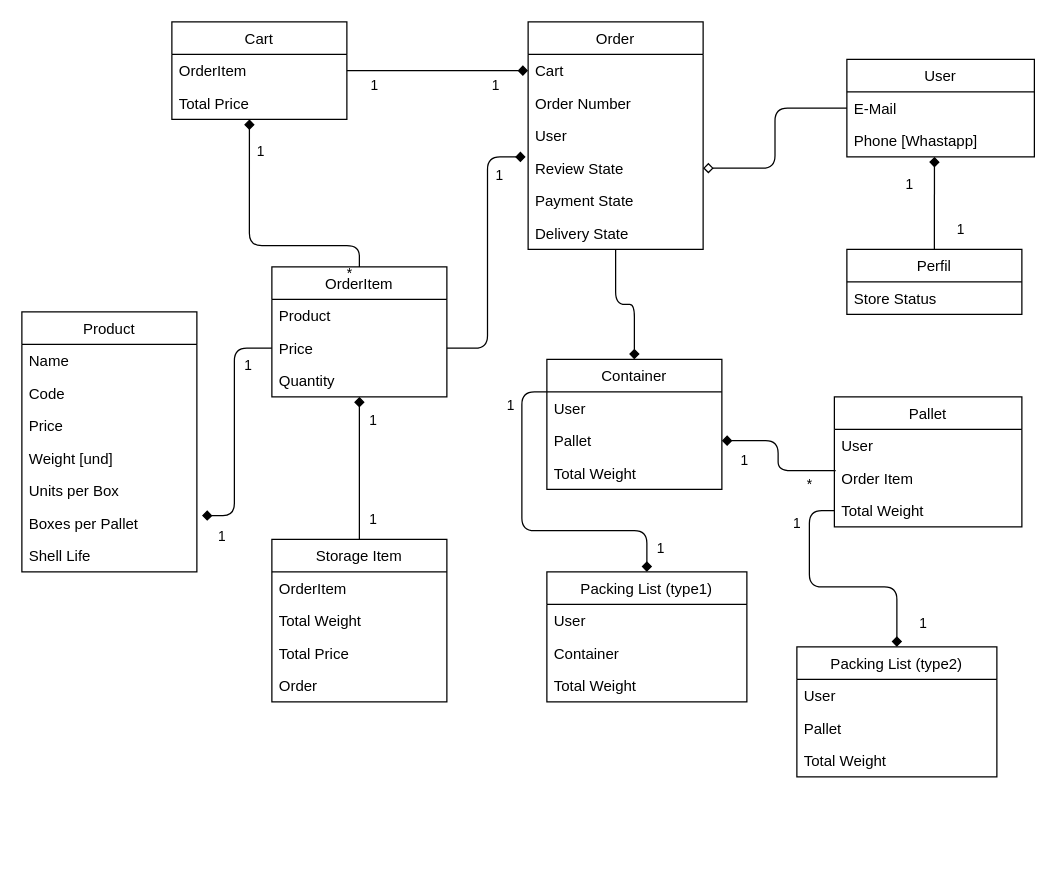
Before: LUJACOL Class Diagram.drawio in jacobitosuperstar/lujacol, a draw.io diagram. Source tidied: cells renumbered, new cells numbered last; positions are measured from the earlier drawing's top-left corner, leaving out a move shared by most shapes. Both pictures are drawn from the tidied source at 125%, with x=0, y=0 at pixel (21, 21).
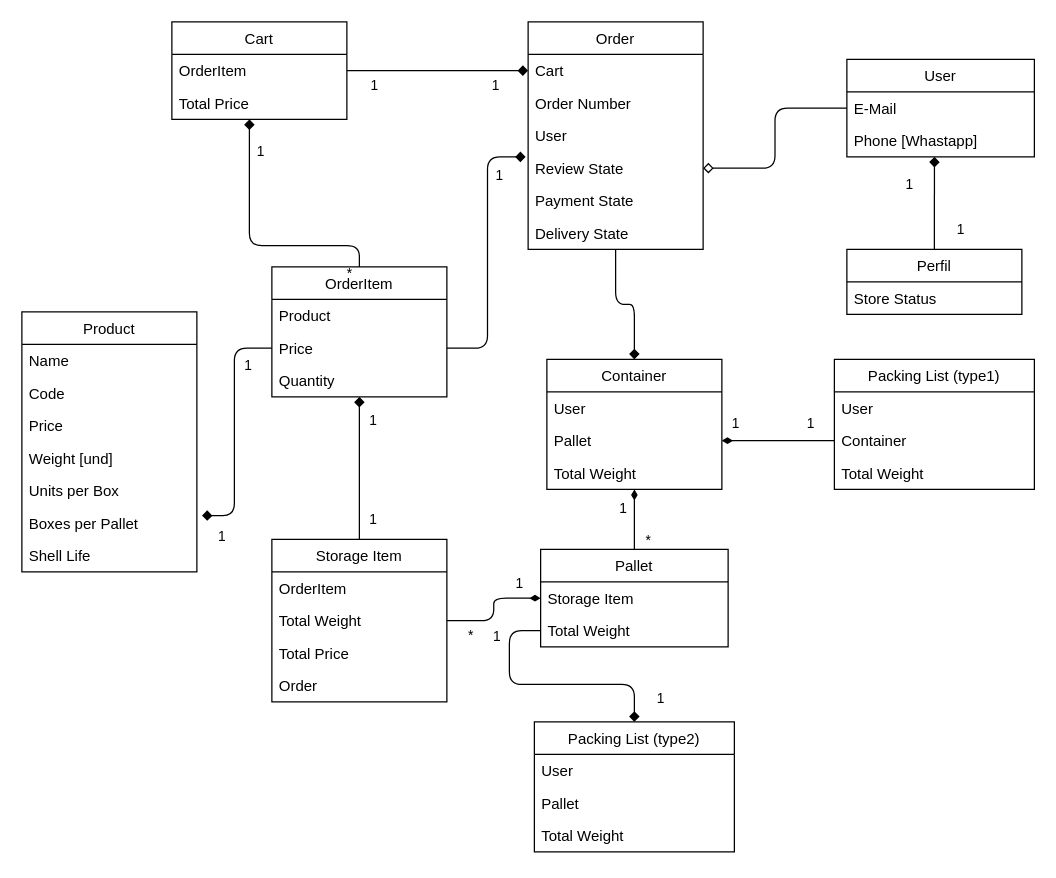
The same page after the edit.

The change refers to these unchanged cells:
```xml
<mxCell id="46" value="Container" style="text;strokeColor=none;fillColor=none;align=left;verticalAlign=top;spacingLeft=4;spacingRight=4;overflow=hidden;points=[[0,0.5],[1,0.5]];portConstraint=eastwest;" parent="44" vertex="1">
  <mxGeometry y="52" width="160" height="26" as="geometry" />
</mxCell>
<mxCell id="48" value="Storage Item" style="swimlane;fontStyle=0;horizontal=1;startSize=26;fillColor=none;" parent="1" vertex="1">
  <mxGeometry x="200" y="414" width="140" height="130" as="geometry" />
</mxCell>
<mxCell id="53" value="Container" style="swimlane;fontStyle=0;horizontal=1;startSize=26;fillColor=none;" parent="1" vertex="1">
  <mxGeometry x="420" y="270" width="140" height="104" as="geometry" />
</mxCell>
<mxCell id="55" value="Pallet" style="text;strokeColor=none;fillColor=none;align=left;verticalAlign=top;spacingLeft=4;spacingRight=4;overflow=hidden;points=[[0,0.5],[1,0.5]];portConstraint=eastwest;" parent="53" vertex="1">
  <mxGeometry y="52" width="140" height="26" as="geometry" />
</mxCell>
```

Change to the diagram source:
```diff
@@
-    <mxCell id="41" style="edgeStyle=orthogonalEdgeStyle;curved=0;rounded=1;sketch=0;jettySize=auto;html=1;exitX=0.5;exitY=0;exitDx=0;exitDy=0;entryX=0;entryY=0.25;entryDx=0;entryDy=0;startArrow=diamond;startFill=1;endArrow=none;endFill=0;" parent="1" edge="1" source="44" target="53">
-      <mxGeometry relative="1" as="geometry" />
-    </mxCell>
-    <mxCell id="42" value="1" style="edgeLabel;html=1;align=center;verticalAlign=middle;" parent="41" vertex="1">
-      <mxGeometry x="0.8" y="-3" relative="1" as="geometry">
-        <mxPoint x="-13" y="4" as="offset" />
-      </mxGeometry>
-    </mxCell>
-    <mxCell id="43" value="1" style="edgeLabel;html=1;align=center;verticalAlign=middle;" parent="41" vertex="1">
-      <mxGeometry x="-0.89" y="-2" relative="1" as="geometry">
-        <mxPoint x="8" y="-5" as="offset" />
-      </mxGeometry>
-    </mxCell>
     <mxCell id="44" value="Packing List (type1)" style="swimlane;fontStyle=0;horizontal=1;startSize=26;fillColor=none;" parent="1" vertex="1">
-      <mxGeometry x="420" y="440" width="160" height="104" as="geometry" />
+      <mxGeometry x="650" y="270" width="160" height="104" as="geometry" />
     </mxCell>
@@
+    <mxCell id="76" style="edgeStyle=orthogonalEdgeStyle;rounded=1;jettySize=auto;html=1;exitX=1;exitY=0.5;exitDx=0;exitDy=0;entryX=0;entryY=0.5;entryDx=0;entryDy=0;endArrow=diamondThin;endFill=1;" parent="1" edge="1" source="48" target="59">
+      <mxGeometry relative="1" as="geometry" />
+    </mxCell>
+    <mxCell id="77" value="1" style="edgeLabel;html=1;align=center;verticalAlign=middle;" parent="76" vertex="1">
+      <mxGeometry x="0.61" y="-1" relative="1" as="geometry">
+        <mxPoint y="-14" as="offset" />
+      </mxGeometry>
+    </mxCell>
+    <mxCell id="78" value="*" style="edgeLabel;html=1;align=center;verticalAlign=middle;" parent="76" vertex="1">
+      <mxGeometry x="-0.61" y="-1" relative="1" as="geometry">
+        <mxPoint y="10" as="offset" />
+      </mxGeometry>
+    </mxCell>
@@
+    <mxCell id="79" style="edgeStyle=orthogonalEdgeStyle;rounded=0;jettySize=auto;html=1;exitX=0.5;exitY=0;exitDx=0;exitDy=0;entryX=0.5;entryY=1;entryDx=0;entryDy=0;endArrow=diamondThin;endFill=1;" parent="1" edge="1" source="57" target="53">
+      <mxGeometry relative="1" as="geometry" />
+    </mxCell>
+    <mxCell id="80" value="*" style="edgeLabel;html=1;align=center;verticalAlign=middle;" parent="79" vertex="1">
+      <mxGeometry x="-0.29" y="1" relative="1" as="geometry">
+        <mxPoint x="11" y="9" as="offset" />
+      </mxGeometry>
+    </mxCell>
+    <mxCell id="81" value="1" style="edgeLabel;html=1;align=center;verticalAlign=middle;" parent="79" vertex="1">
+      <mxGeometry x="0.42" y="-1" relative="1" as="geometry">
+        <mxPoint x="-11" as="offset" />
+      </mxGeometry>
+    </mxCell>
     <mxCell id="57" value="Pallet" style="swimlane;fontStyle=0;horizontal=1;startSize=26;fillColor=none;" parent="1" vertex="1">
-      <mxGeometry x="650" y="300" width="150" height="104" as="geometry" />
+      <mxGeometry x="415" y="422" width="150" height="78" as="geometry" />
     </mxCell>
-    <mxCell id="58" value="User" style="text;strokeColor=none;fillColor=none;align=left;verticalAlign=top;spacingLeft=4;spacingRight=4;overflow=hidden;" parent="57" vertex="1">
-      <mxGeometry y="26" width="150" height="26" as="geometry" />
-    </mxCell>
-    <mxCell id="59" value="Order Item" style="text;strokeColor=none;fillColor=none;align=left;verticalAlign=top;spacingLeft=4;spacingRight=4;overflow=hidden;points=[[0,0.5],[1,0.5]];portConstraint=eastwest;" parent="57" vertex="1">
-      <mxGeometry y="52" width="150" height="26" as="geometry" />
+    <mxCell id="59" value="Storage Item" style="text;strokeColor=none;fillColor=none;align=left;verticalAlign=top;spacingLeft=4;spacingRight=4;overflow=hidden;points=[[0,0.5],[1,0.5]];portConstraint=eastwest;" parent="57" vertex="1">
+      <mxGeometry y="26" width="150" height="26" as="geometry" />
     </mxCell>
     <mxCell id="60" value="Total Weight" style="text;strokeColor=none;fillColor=none;align=left;verticalAlign=top;spacingLeft=4;spacingRight=4;overflow=hidden;points=[[0,0.5],[1,0.5]];portConstraint=eastwest;" parent="57" vertex="1">
-      <mxGeometry y="78" width="150" height="26" as="geometry" />
+      <mxGeometry y="52" width="150" height="26" as="geometry" />
     </mxCell>
@@
-    <mxCell id="67" style="edgeStyle=orthogonalEdgeStyle;rounded=1;sketch=0;jettySize=auto;html=1;exitX=1;exitY=0.5;exitDx=0;exitDy=0;entryX=0.007;entryY=0.269;entryDx=0;entryDy=0;entryPerimeter=0;endArrow=none;endFill=0;startArrow=diamond;startFill=1;" parent="1" edge="1" source="55" target="59">
-      <mxGeometry relative="1" as="geometry" />
-    </mxCell>
-    <mxCell id="68" value="1" style="edgeLabel;html=1;align=center;verticalAlign=middle;" parent="67" vertex="1">
-      <mxGeometry x="-0.7" y="-1" relative="1" as="geometry">
-        <mxPoint y="14" as="offset" />
-      </mxGeometry>
-    </mxCell>
-    <mxCell id="69" value="*" style="edgeLabel;html=1;align=center;verticalAlign=middle;" parent="67" vertex="1">
-      <mxGeometry x="0.74" y="-2" relative="1" as="geometry">
-        <mxPoint x="-7" y="9" as="offset" />
-      </mxGeometry>
-    </mxCell>
@@
     <mxCell id="72" value="Packing List (type2)" style="swimlane;fontStyle=0;horizontal=1;startSize=26;fillColor=none;" parent="1" vertex="1">
-      <mxGeometry x="620" y="500" width="160" height="104" as="geometry" />
+      <mxGeometry x="410" y="560" width="160" height="104" as="geometry" />
     </mxCell>
@@
+    <mxCell id="82" style="edgeStyle=orthogonalEdgeStyle;rounded=0;jettySize=auto;html=1;exitX=0;exitY=0.5;exitDx=0;exitDy=0;entryX=1;entryY=0.5;entryDx=0;entryDy=0;endArrow=diamondThin;endFill=1;" parent="1" edge="1" source="46" target="55">
+      <mxGeometry relative="1" as="geometry" />
+    </mxCell>
+    <mxCell id="83" value="1" style="edgeLabel;html=1;align=center;verticalAlign=middle;" parent="82" vertex="1">
+      <mxGeometry x="-0.56" y="-2" relative="1" as="geometry">
+        <mxPoint y="-13" as="offset" />
+      </mxGeometry>
+    </mxCell>
+    <mxCell id="84" value="1" style="edgeLabel;html=1;align=center;verticalAlign=middle;" parent="82" vertex="1">
+      <mxGeometry x="0.38" y="3" relative="1" as="geometry">
+        <mxPoint x="-18" y="-18" as="offset" />
+      </mxGeometry>
+    </mxCell>
```
